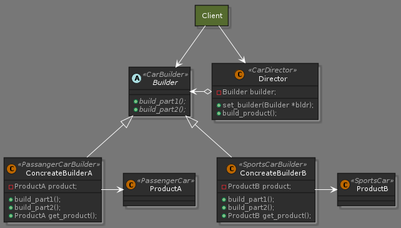
Earlier version of the PlantUML export out/builder/uml/builder_pattern.png (lazy3311/design_patterns). The source it was exported from:
```plantuml
@startuml builder_pattern

!define DARKORANGE
!includeurl https://raw.githubusercontent.com/Drakemor/RedDress-PlantUML/master/style.puml

allow_mixing
rectangle Client #DarkOliveGreen

class Director <<CarDirector>> {
    - Builder builder;
    + set_builder(Builder *bldr);
    + build_product();
}

abstract class Builder <<CarBuilder>> {
    + {abstract} build_part1();
    + {abstract} build_part2();
}

class ConcreateBuilderA <<PassangerCarBuilder>> {
    - ProductA product;
    + build_part1();
    + build_part2();
    + ProductA get_product();
}

class ConcreateBuilderB <<SportsCarBuilder>> {
    - ProductB product;
    + build_part1();
    + build_part2();
    + ProductB get_product();
}

class ProductA <<PassengerCar>> {
}

class ProductB <<SportsCar>> {
}

Client -down-> Director
Client -down-> Builder
Builder <|-- ConcreateBuilderA
Builder <|-- ConcreateBuilderB
Builder <-left-o Director
ConcreateBuilderA -> ProductA
ConcreateBuilderB -> ProductB

@enduml
```
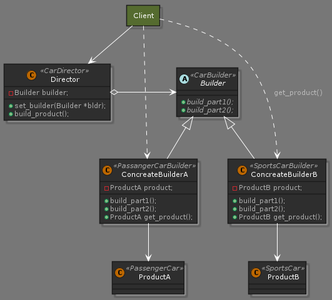
The same diagram one commit later.

Commit message:
update builder uml

The edit, as a diff of the source:
```diff
@@ -38,11 +38,12 @@
 }
 
 Client -down-> Director
-Client -down-> Builder
+Client .down.> ConcreateBuilderA
+Client .down.> ConcreateBuilderB : get_product()
 Builder <|-- ConcreateBuilderA
 Builder <|-- ConcreateBuilderB
-Builder <-left-o Director
-ConcreateBuilderA -> ProductA
-ConcreateBuilderB -> ProductB
+Builder <-right-o Director
+ConcreateBuilderA -down-> ProductA
+ConcreateBuilderB -down-> ProductB
 
 @enduml
```
